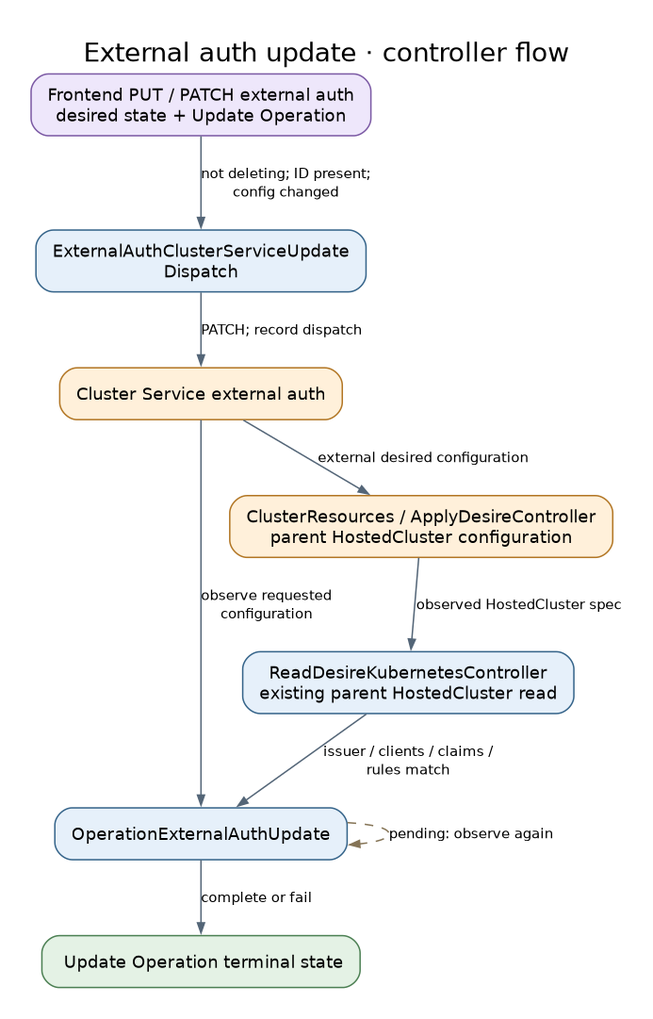
Above: docs/diagrams/controller-flows/externalauth-update.png in Azure/ARO-HCP (Graphviz), before the change. Its source is kept beside it as docs/diagrams/controller-flows/externalauth-update.dot. Source of this version:
```dot
digraph externalauth_update {
  graph [rankdir=TB, bgcolor="white", pad="0.3", nodesep="0.4", ranksep="0.55", fontname="DejaVu Sans", fontsize=18, labelloc=t, label="External auth update · controller flow", dpi=110];
  node [shape=box, style="rounded,filled", fillcolor="#e6f0fa", color="#35648a", fontname="DejaVu Sans", fontsize=12, margin="0.16,0.10"];
  edge [color="#536577", fontname="DejaVu Sans", fontsize=10, arrowsize=0.7];
  api [label="Frontend PUT / PATCH external auth\ndesired state + Update Operation", fillcolor="#eee7fb", color="#7b59a4"];
  dispatch [label="ExternalAuthClusterServiceUpdate\nDispatch", fillcolor="#e6f0fa", color="#35648a"];
  cs [label="Cluster Service external auth", fillcolor="#fff0da", color="#b27624"];
  op [label="OperationExternalAuthUpdate", fillcolor="#e6f0fa", color="#35648a"];
  done [label=" Update Operation terminal state", fillcolor="#e4f2e5", color="#4c8053"];
  external [label="ClusterResources / ApplyDesireController\nparent HostedCluster configuration", fillcolor="#fff0da", color="#b27624"];
  mirror [label="ReadDesireKubernetesController\nexisting parent HostedCluster read", fillcolor="#e6f0fa", color="#35648a"];
  api -> dispatch [label="not deleting; ID present;\nconfig changed"];
  dispatch -> cs [label="PATCH; record dispatch"];
  cs -> op [label="observe requested\nconfiguration"];
  op -> done [label="complete or fail"];
  cs -> external [label="external desired configuration"];
  external -> mirror [label="observed HostedCluster spec"];
  mirror -> op [label="issuer / clients / claims /\nrules match"];
  op -> op [label="pending: observe again", style=dashed, color="#857456", constraint=false];
}
```
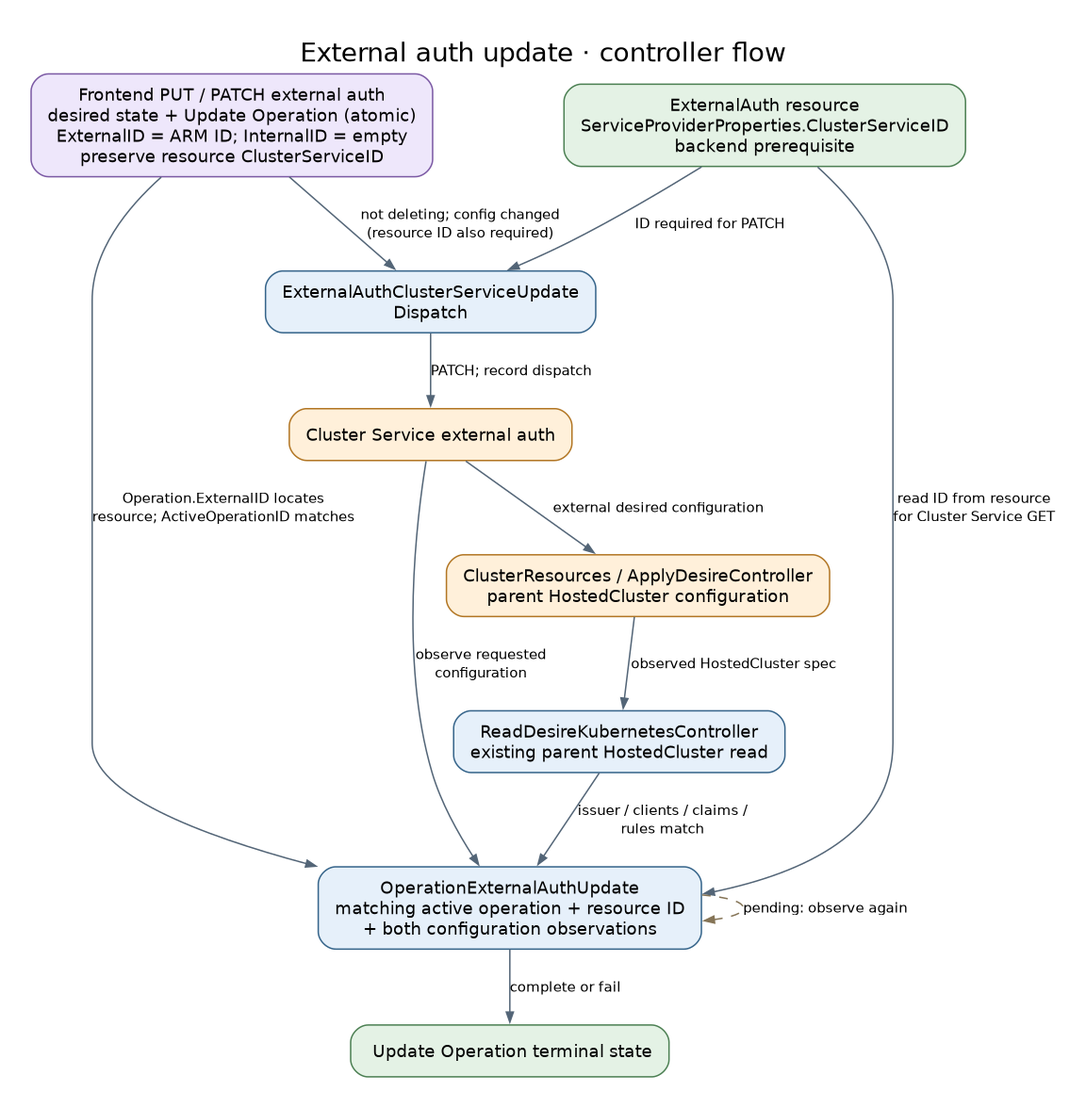
The same file after the commit.

Commit message:
docs: update external auth Cosmos data flow and diagrams

What changed in the source:
```diff
@@ -2,14 +2,18 @@
   graph [rankdir=TB, bgcolor="white", pad="0.3", nodesep="0.4", ranksep="0.55", fontname="DejaVu Sans", fontsize=18, labelloc=t, label="External auth update · controller flow", dpi=110];
   node [shape=box, style="rounded,filled", fillcolor="#e6f0fa", color="#35648a", fontname="DejaVu Sans", fontsize=12, margin="0.16,0.10"];
   edge [color="#536577", fontname="DejaVu Sans", fontsize=10, arrowsize=0.7];
-  api [label="Frontend PUT / PATCH external auth\ndesired state + Update Operation", fillcolor="#eee7fb", color="#7b59a4"];
+  api [label="Frontend PUT / PATCH external auth\ndesired state + Update Operation (atomic)\nExternalID = ARM ID; InternalID = empty\npreserve resource ClusterServiceID", fillcolor="#eee7fb", color="#7b59a4"];
+  child [label="ExternalAuth resource\nServiceProviderProperties.ClusterServiceID\nbackend prerequisite", fillcolor="#e4f2e5", color="#4c8053"];
   dispatch [label="ExternalAuthClusterServiceUpdate\nDispatch", fillcolor="#e6f0fa", color="#35648a"];
   cs [label="Cluster Service external auth", fillcolor="#fff0da", color="#b27624"];
-  op [label="OperationExternalAuthUpdate", fillcolor="#e6f0fa", color="#35648a"];
+  op [label="OperationExternalAuthUpdate\nmatching active operation + resource ID\n+ both configuration observations", fillcolor="#e6f0fa", color="#35648a"];
   done [label=" Update Operation terminal state", fillcolor="#e4f2e5", color="#4c8053"];
   external [label="ClusterResources / ApplyDesireController\nparent HostedCluster configuration", fillcolor="#fff0da", color="#b27624"];
   mirror [label="ReadDesireKubernetesController\nexisting parent HostedCluster read", fillcolor="#e6f0fa", color="#35648a"];
-  api -> dispatch [label="not deleting; ID present;\nconfig changed"];
+  api -> dispatch [label="not deleting; config changed\n(resource ID also required)"];
+  child -> dispatch [label="ID required for PATCH"];
+  child -> op [label="read ID from resource\nfor Cluster Service GET"];
+  api -> op [label="Operation.ExternalID locates\nresource; ActiveOperationID matches"];
   dispatch -> cs [label="PATCH; record dispatch"];
   cs -> op [label="observe requested\nconfiguration"];
   op -> done [label="complete or fail"];
```
